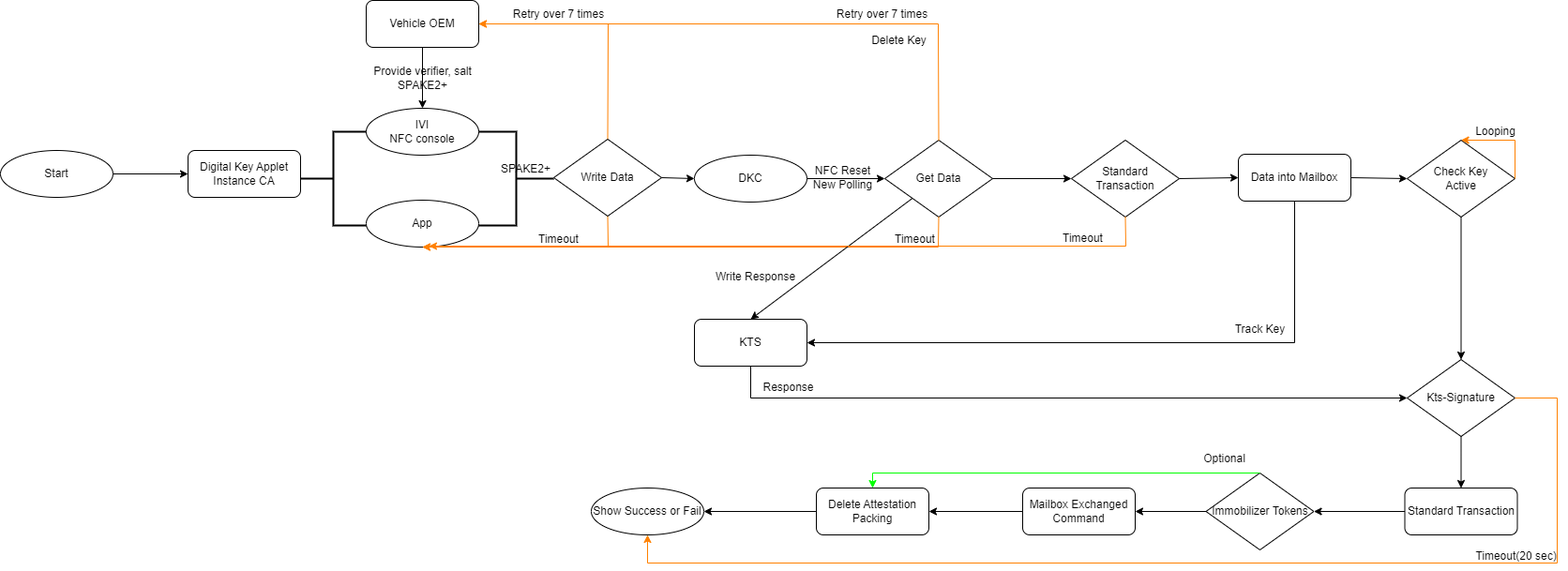
Earlier version of the draw.io export Present_OwnerParing.drawio.png (LaurenHsu31/DKC). Source tidied: cells renumbered, new cells last; positions are measured from the earlier drawing's top-left corner, leaving out a move shared by most shapes.
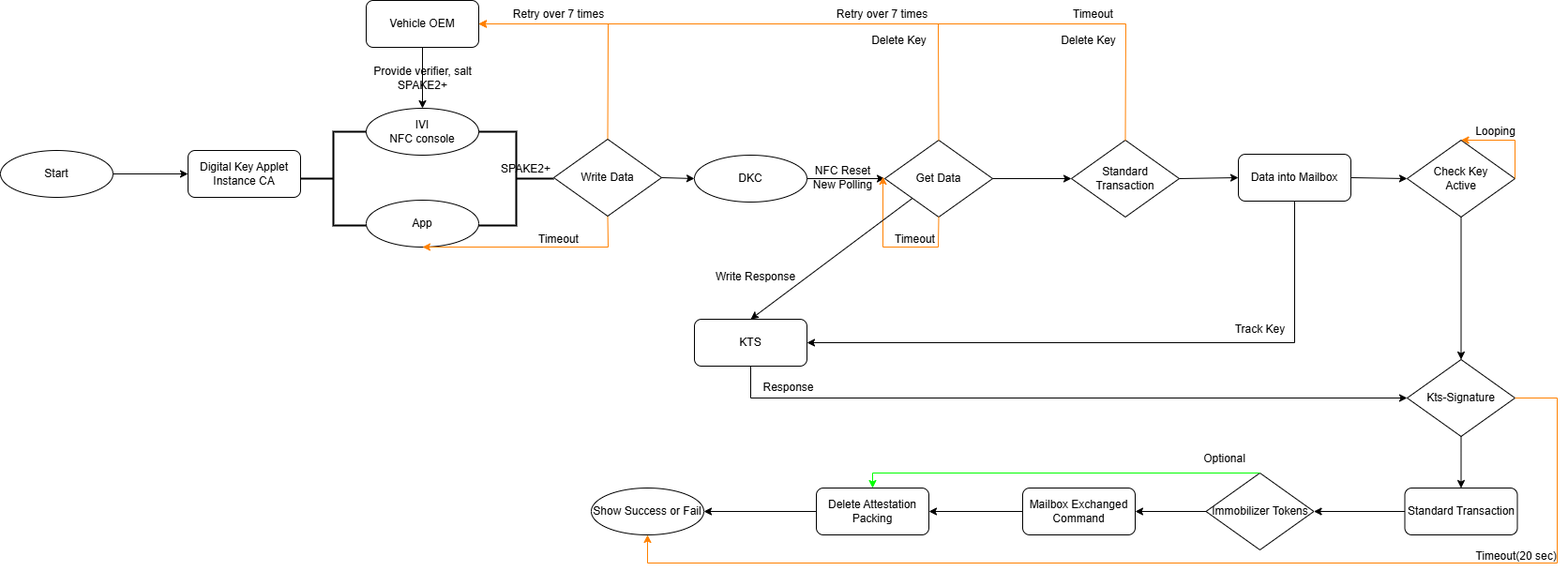
The same file after the commit.

Change to the diagram source:
```diff
@@ -70,10 +70,11 @@
     <mxCell id="21" style="endArrow=classic;html=1;rounded=0;entryX=0;entryY=0.5;entryDx=0;entryDy=0;exitX=1;exitY=0.5;exitDx=0;exitDy=0;" parent="1" edge="1" source="18" target="20">
       <mxGeometry relative="1" as="geometry" />
     </mxCell>
-    <mxCell id="22" style="endArrow=classic;html=1;rounded=0;exitX=0.5;exitY=1;exitDx=0;exitDy=0;entryX=0.5;entryY=1;entryDx=0;entryDy=0;strokeColor=#FF8000;" parent="1" edge="1" source="20" target="7">
+    <mxCell id="22" style="endArrow=classic;html=1;rounded=0;exitX=0.5;exitY=1;exitDx=0;exitDy=0;entryX=0.978;entryY=0.475;entryDx=0;entryDy=0;strokeColor=#FF8000;entryPerimeter=0;" parent="1" edge="1" source="20" target="38">
       <mxGeometry relative="1" as="geometry">
         <Array as="points">
           <mxPoint x="1000" y="263" />
+          <mxPoint x="941" y="263" />
         </Array>
       </mxGeometry>
     </mxCell>
@@ -108,15 +109,15 @@
     <mxCell id="31" style="endArrow=classic;html=1;rounded=0;entryX=0;entryY=0.5;entryDx=0;entryDy=0;exitX=1;exitY=0.5;exitDx=0;exitDy=0;" parent="1" edge="1" source="20" target="30">
       <mxGeometry relative="1" as="geometry" />
     </mxCell>
-    <mxCell id="32" style="endArrow=classic;html=1;rounded=0;exitX=0.5;exitY=1;exitDx=0;exitDy=0;entryX=0.558;entryY=0.98;entryDx=0;entryDy=0;entryPerimeter=0;strokeColor=#FF8000;" parent="1" edge="1" source="30" target="7">
+    <mxCell id="32" style="endArrow=classic;html=1;rounded=0;exitX=0.5;exitY=0;exitDx=0;exitDy=0;strokeColor=#FF8000;entryX=1;entryY=0.5;entryDx=0;entryDy=0;" parent="1" edge="1" source="30" target="12">
       <mxGeometry relative="1" as="geometry">
         <Array as="points">
-          <mxPoint x="1200" y="262" />
+          <mxPoint x="1200" y="25" />
         </Array>
       </mxGeometry>
     </mxCell>
     <mxCell id="33" value="Timeout" style="text;html=1;align=center;verticalAlign=middle;strokeColor=none;fillColor=none;" parent="1" vertex="1">
-      <mxGeometry x="1119" y="239" width="70" height="30" as="geometry" />
+      <mxGeometry x="1130" width="70" height="30" as="geometry" />
     </mxCell>
     <mxCell id="34" value="Data into Mailbox" style="rounded=1;whiteSpace=wrap;html=1;" parent="1" vertex="1">
       <mxGeometry x="1320" y="164" width="120" height="50" as="geometry" />
@@ -221,5 +222,8 @@
     <mxCell id="60" value="Optional" style="text;html=1;align=center;verticalAlign=middle;strokeColor=none;fillColor=none;" parent="1" vertex="1">
       <mxGeometry x="1270" y="474" width="70" height="30" as="geometry" />
     </mxCell>
+    <mxCell id="61" value="Delete Key" style="text;html=1;align=center;verticalAlign=middle;strokeColor=none;fillColor=none;" parent="1" vertex="1">
+      <mxGeometry x="1120" y="28" width="80" height="30" as="geometry" />
+    </mxCell>
   </root>
 </mxGraphModel>
```
